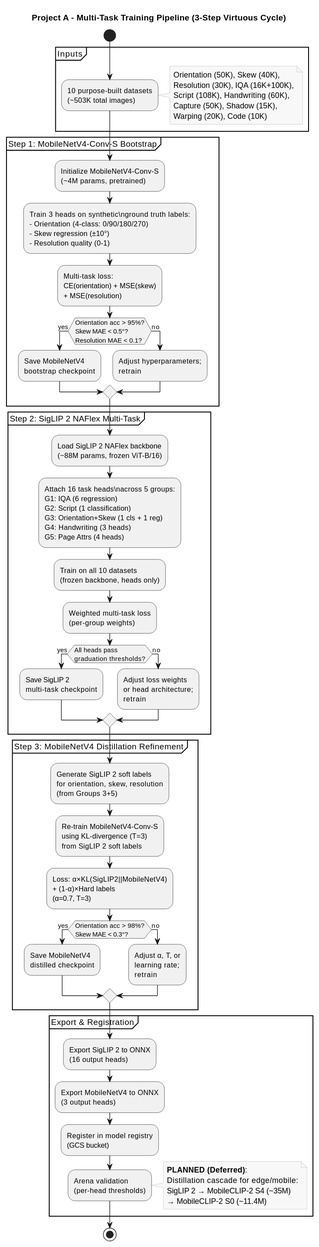
Above: docs/architecture/diagrams/level-2/model-training/prepare-doc-distillation.svg in williaby/image-preprocessing-detector (PlantUML), before the change.
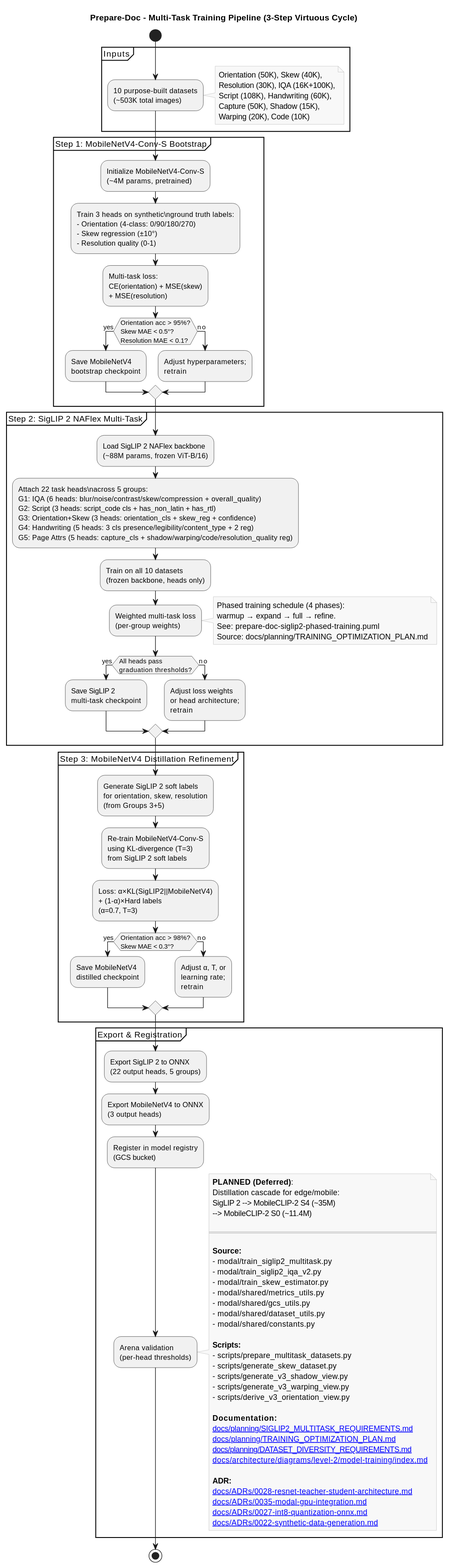
After the commit.

Change to the diagram source:
```diff
@@ -1,84 +1,120 @@
 @startuml
-title Project A - Multi-Task Training Pipeline (3-Step Virtuous Cycle)
+title Prepare-Doc - Multi-Task Training Pipeline (3-Step Virtuous Cycle)
 
 skinparam dpi 150
 skinparam shadowing false
 skinparam rectangle {
- BackgroundColor White
- BorderColor Black
+  BackgroundColor White
+  BorderColor Black
 }
 skinparam note {
- BackgroundColor #F8F8F8
- BorderColor #BBBBBB
+  BackgroundColor #F8F8F8
+  BorderColor #BBBBBB
 }
 
 start
 
 partition "Inputs" {
- :10 purpose-built datasets\n(~503K total images);
- note right
-   Orientation (50K), Skew (40K),
-   Resolution (30K), IQA (16K+100K),
-   Script (108K), Handwriting (60K),
-   Capture (50K), Shadow (15K),
-   Warping (20K), Code (10K)
- end note
+  :10 purpose-built datasets\n(~503K total images);
+  note right
+    Orientation (50K), Skew (40K),
+    Resolution (30K), IQA (16K+100K),
+    Script (108K), Handwriting (60K),
+    Capture (50K), Shadow (15K),
+    Warping (20K), Code (10K)
+  end note
 }
 
 partition "Step 1: MobileNetV4-Conv-S Bootstrap" {
- :Initialize MobileNetV4-Conv-S\n(~4M params, pretrained);
- :Train 3 heads on synthetic\nground truth labels:
- - Orientation (4-class: 0/90/180/270)
- - Skew regression (±10°)
- - Resolution quality (0-1);
- :Multi-task loss:\nCE(orientation) + MSE(skew)\n+ MSE(resolution);
- if (Orientation acc > 95%?\nSkew MAE < 0.5°?\nResolution MAE < 0.1?) then (yes)
-   :Save MobileNetV4\nbootstrap checkpoint;
- else (no)
-   :Adjust hyperparameters;\nretrain;
- endif
+  :Initialize MobileNetV4-Conv-S\n(~4M params, pretrained);
+  :Train 3 heads on synthetic\nground truth labels:
+  - Orientation (4-class: 0/90/180/270)
+  - Skew regression (±10°)
+  - Resolution quality (0-1);
+  :Multi-task loss:\nCE(orientation) + MSE(skew)\n+ MSE(resolution);
+  if (Orientation acc > 95%?\nSkew MAE < 0.5°?\nResolution MAE < 0.1?) then (yes)
+    :Save MobileNetV4\nbootstrap checkpoint;
+  else (no)
+    :Adjust hyperparameters;\nretrain;
+  endif
 }
 
 partition "Step 2: SigLIP 2 NAFlex Multi-Task" {
- :Load SigLIP 2 NAFlex backbone\n(~88M params, frozen ViT-B/16);
- :Attach 16 task heads\nacross 5 groups:
- G1: IQA (6 regression)
- G2: Script (1 classification)
- G3: Orientation+Skew (1 cls + 1 reg)
- G4: Handwriting (3 heads)
- G5: Page Attrs (4 heads);
- :Train on all 10 datasets\n(frozen backbone, heads only);
- :Weighted multi-task loss\n(per-group weights);
- if (All heads pass\ngraduation thresholds?) then (yes)
-   :Save SigLIP 2\nmulti-task checkpoint;
- else (no)
-   :Adjust loss weights\nor head architecture;\nretrain;
- endif
+  :Load SigLIP 2 NAFlex backbone\n(~88M params, frozen ViT-B/16);
+  :Attach 22 task heads\nacross 5 groups:
+  G1: IQA (6 heads: blur/noise/contrast/skew/compression + overall_quality)
+  G2: Script (3 heads: script_code cls + has_non_latin + has_rtl)
+  G3: Orientation+Skew (3 heads: orientation_cls + skew_reg + confidence)
+  G4: Handwriting (5 heads: 3 cls presence/legibility/content_type + 2 reg)
+  G5: Page Attrs (5 heads: capture_cls + shadow/warping/code/resolution_quality reg);
+  :Train on all 10 datasets\n(frozen backbone, heads only);
+  :Weighted multi-task loss\n(per-group weights);
+  note right
+    Phased training schedule (4 phases):
+    warmup → expand → full → refine.
+    See: prepare-doc-siglip2-phased-training.puml
+    Source: docs/planning/TRAINING_OPTIMIZATION_PLAN.md
+  end note
+  if (All heads pass\ngraduation thresholds?) then (yes)
+    :Save SigLIP 2\nmulti-task checkpoint;
+  else (no)
+    :Adjust loss weights\nor head architecture;\nretrain;
+  endif
 }
 
 partition "Step 3: MobileNetV4 Distillation Refinement" {
- :Generate SigLIP 2 soft labels\nfor orientation, skew, resolution\n(from Groups 3+5);
- :Re-train MobileNetV4-Conv-S\nusing KL-divergence (T=3)\nfrom SigLIP 2 soft labels;
- :Loss: α×KL(SigLIP2||MobileNetV4)\n+ (1-α)×Hard labels\n(α=0.7, T=3);
- if (Orientation acc > 98%?\nSkew MAE < 0.3°?) then (yes)
-   :Save MobileNetV4\ndistilled checkpoint;
- else (no)
-   :Adjust α, T, or\nlearning rate;\nretrain;
- endif
+  :Generate SigLIP 2 soft labels\nfor orientation, skew, resolution\n(from Groups 3+5);
+  :Re-train MobileNetV4-Conv-S\nusing KL-divergence (T=3)\nfrom SigLIP 2 soft labels;
+  :Loss: α×KL(SigLIP2||MobileNetV4)\n+ (1-α)×Hard labels\n(α=0.7, T=3);
+  if (Orientation acc > 98%?\nSkew MAE < 0.3°?) then (yes)
+    :Save MobileNetV4\ndistilled checkpoint;
+  else (no)
+    :Adjust α, T, or\nlearning rate;\nretrain;
+  endif
 }
 
 partition "Export & Registration" {
- :Export SigLIP 2 to ONNX\n(16 output heads);
- :Export MobileNetV4 to ONNX\n(3 output heads);
- :Register in model registry\n(GCS bucket);
- :Arena validation\n(per-head thresholds);
+  :Export SigLIP 2 to ONNX\n(22 output heads, 5 groups);
+  :Export MobileNetV4 to ONNX\n(3 output heads);
+  :Register in model registry\n(GCS bucket);
+  :Arena validation\n(per-head thresholds);
 }
 
 note right
- **PLANNED (Deferred)**:
- Distillation cascade for edge/mobile:
- SigLIP 2 → MobileCLIP-2 S4 (~35M)
- → MobileCLIP-2 S0 (~11.4M)
+  **PLANNED (Deferred)**:
+  Distillation cascade for edge/mobile:
+  SigLIP 2 --> MobileCLIP-2 S4 (~35M)
+  --> MobileCLIP-2 S0 (~11.4M)
+
+  ====
+
+  **Source:**
+  - modal/train_siglip2_multitask.py
+  - modal/train_siglip2_iqa_v2.py
+  - modal/train_skew_estimator.py
+  - modal/shared/metrics_utils.py
+  - modal/shared/gcs_utils.py
+  - modal/shared/dataset_utils.py
+  - modal/shared/constants.py
+
+  **Scripts:**
+  - scripts/prepare_multitask_datasets.py
+  - scripts/generate_skew_dataset.py
+  - scripts/generate_v3_shadow_view.py
+  - scripts/generate_v3_warping_view.py
+  - scripts/derive_v3_orientation_view.py
+
+  **Documentation:**
+  [[docs/planning/SIGLIP2_MULTITASK_REQUIREMENTS.md]]
+  [[docs/planning/TRAINING_OPTIMIZATION_PLAN.md]]
+  [[docs/planning/DATASET_DIVERSITY_REQUIREMENTS.md]]
+  [[docs/architecture/diagrams/level-2/model-training/index.md]]
+
+  **ADR:**
+  [[docs/ADRs/0028-resnet-teacher-student-architecture.md]]
+  [[docs/ADRs/0035-modal-gpu-integration.md]]
+  [[docs/ADRs/0027-int8-quantization-onnx.md]]
+  [[docs/ADRs/0022-synthetic-data-generation.md]]
 end note
 
 stop
```
